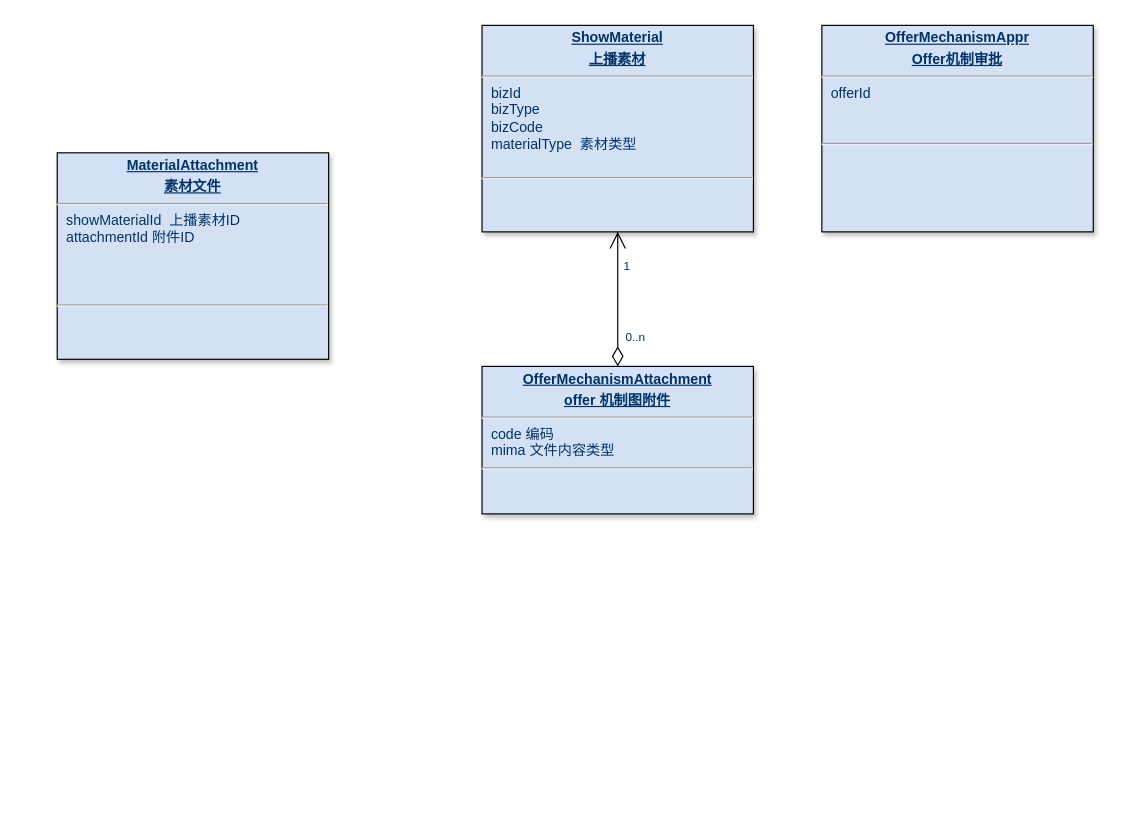
Before: page "Offer素材-设计" (20 of 23) of 美one.drawio in rockywade/draw, a draw.io diagram. Source tidied: cells renumbered, new cells numbered last; positions are measured from the earlier drawing's top-left corner, leaving out a move shared by most shapes. Both pictures are drawn from the tidied source at 118%, with x=0, y=0 at pixel (57, 25).
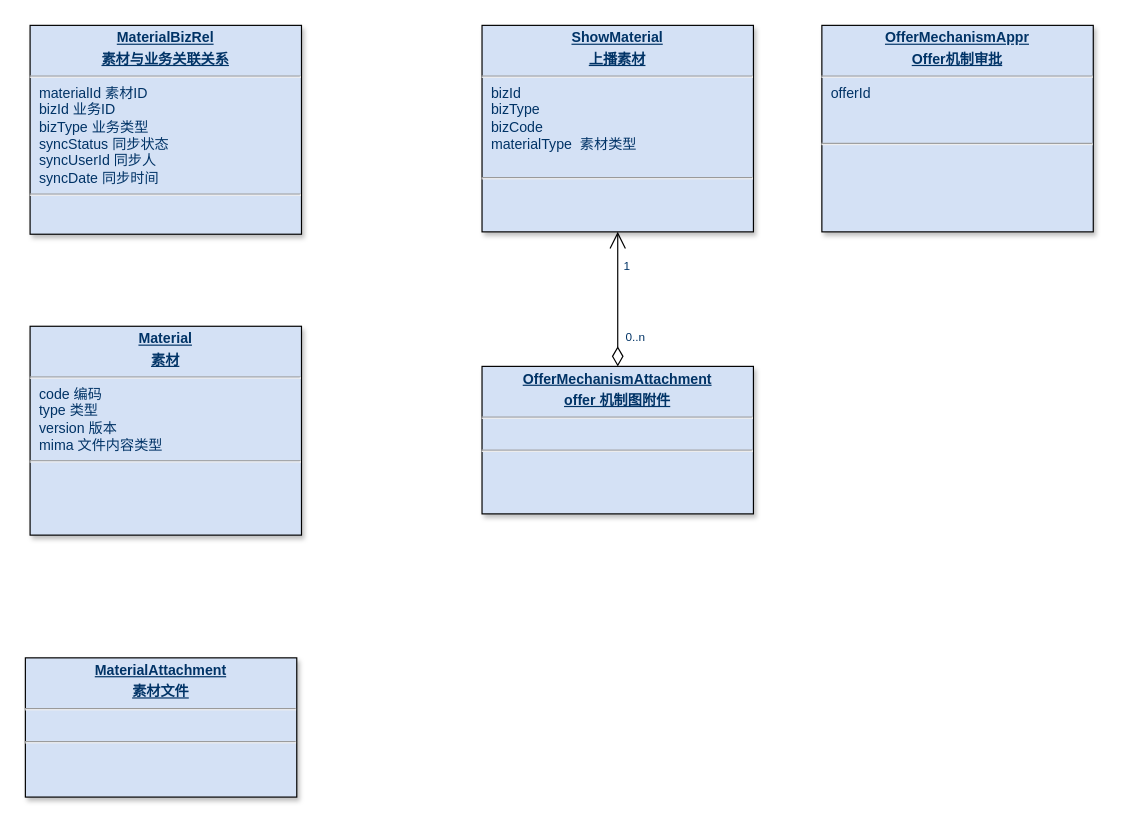
The same page after the edit.

The edit, as a diff of the source:
```diff
@@
 <mxGraphModel>
   <root>
     <mxCell id="0" />
     <mxCell id="1" parent="0" />
     <mxCell id="2" value="&lt;p style=&quot;margin: 4px 0px 0px; text-align: center;&quot;&gt;&lt;span style=&quot;background-color: transparent; text-align: left;&quot;&gt;&lt;b&gt;&lt;u&gt;ShowMaterial&lt;/u&gt;&lt;/b&gt;&lt;/span&gt;&lt;/p&gt;&lt;p style=&quot;margin: 4px 0px 0px; text-align: center;&quot;&gt;&lt;span style=&quot;background-color: transparent; text-align: left;&quot;&gt;&lt;b&gt;&lt;u&gt;上播素材&lt;/u&gt;&lt;/b&gt;&lt;/span&gt;&lt;/p&gt;&lt;hr&gt;&lt;p style=&quot;margin: 0px; margin-left: 8px;&quot;&gt;bizId&lt;/p&gt;&lt;p style=&quot;margin: 0px; margin-left: 8px;&quot;&gt;bizType&lt;/p&gt;&lt;p style=&quot;margin: 0px; margin-left: 8px;&quot;&gt;bizCode&lt;/p&gt;&lt;p style=&quot;margin: 0px; margin-left: 8px;&quot;&gt;materialType&amp;nbsp;&amp;nbsp;素材类型&lt;/p&gt;&lt;p style=&quot;margin: 0px; margin-left: 8px;&quot;&gt;&lt;br&gt;&lt;/p&gt;&lt;hr&gt;&lt;p style=&quot;margin: 0px; margin-left: 8px;&quot;&gt;&lt;br&gt;&lt;/p&gt;&lt;p style=&quot;margin: 0px; margin-left: 8px;&quot;&gt;&lt;br&gt;&lt;/p&gt;" style="verticalAlign=top;align=left;overflow=fill;fontSize=12;fontFamily=Helvetica;html=1;strokeColor=default;shadow=1;fillColor=#D4E1F5;fontColor=#003366;rounded=0;glass=0;imageAspect=1;labelBackgroundColor=none;textShadow=0;direction=east;" parent="1" vertex="1">
       <mxGeometry x="360" width="230" height="175" as="geometry" />
     </mxCell>
-    <mxCell id="3" value="&lt;p style=&quot;margin: 4px 0px 0px; text-align: center;&quot;&gt;&lt;span style=&quot;background-color: transparent; text-align: left;&quot;&gt;&lt;b&gt;&lt;u&gt;OfferMechanismAttachment&lt;/u&gt;&lt;/b&gt;&lt;/span&gt;&lt;/p&gt;&lt;p style=&quot;margin: 4px 0px 0px; text-align: center;&quot;&gt;&lt;span style=&quot;background-color: transparent; text-align: left;&quot;&gt;&lt;b&gt;&lt;u&gt;offer 机制图附件&lt;/u&gt;&lt;/b&gt;&lt;/span&gt;&lt;/p&gt;&lt;hr&gt;&lt;p style=&quot;margin: 0px; margin-left: 8px;&quot;&gt;code 编码&lt;/p&gt;&lt;p style=&quot;margin: 0px; margin-left: 8px;&quot;&gt;mima 文件内容类型&lt;/p&gt;&lt;hr&gt;&lt;p style=&quot;margin: 0px; margin-left: 8px;&quot;&gt;&lt;br&gt;&lt;/p&gt;&lt;p style=&quot;margin: 0px; margin-left: 8px;&quot;&gt;&lt;br&gt;&lt;/p&gt;" style="verticalAlign=top;align=left;overflow=fill;fontSize=12;fontFamily=Helvetica;html=1;strokeColor=default;shadow=1;fillColor=#D4E1F5;fontColor=#003366;rounded=0;glass=0;imageAspect=1;labelBackgroundColor=none;textShadow=0;direction=east;" parent="1" vertex="1">
+    <mxCell id="3" value="&lt;p style=&quot;margin: 4px 0px 0px; text-align: center;&quot;&gt;&lt;span style=&quot;background-color: transparent; text-align: left;&quot;&gt;&lt;b&gt;&lt;u&gt;OfferMechanismAttachment&lt;/u&gt;&lt;/b&gt;&lt;/span&gt;&lt;/p&gt;&lt;p style=&quot;margin: 4px 0px 0px; text-align: center;&quot;&gt;&lt;span style=&quot;background-color: transparent; text-align: left;&quot;&gt;&lt;b&gt;&lt;u&gt;offer 机制图附件&lt;/u&gt;&lt;/b&gt;&lt;/span&gt;&lt;/p&gt;&lt;hr&gt;&lt;p style=&quot;margin: 0px; margin-left: 8px;&quot;&gt;&lt;br&gt;&lt;/p&gt;&lt;hr&gt;&lt;p style=&quot;margin: 0px; margin-left: 8px;&quot;&gt;&lt;br&gt;&lt;/p&gt;&lt;p style=&quot;margin: 0px; margin-left: 8px;&quot;&gt;&lt;br&gt;&lt;/p&gt;" style="verticalAlign=top;align=left;overflow=fill;fontSize=12;fontFamily=Helvetica;html=1;strokeColor=default;shadow=1;fillColor=#D4E1F5;fontColor=#003366;rounded=0;glass=0;imageAspect=1;labelBackgroundColor=none;textShadow=0;direction=east;" parent="1" vertex="1">
       <mxGeometry x="360" y="289" width="230" height="125" as="geometry" />
     </mxCell>
     <mxCell id="4" style="endArrow=open;endSize=12;startArrow=diamondThin;startSize=14;startFill=0;edgeStyle=orthogonalEdgeStyle;exitX=0.5;exitY=0;exitDx=0;exitDy=0;" parent="1" edge="1" source="3" target="2">
       <mxGeometry x="-377.9" y="803.2" as="geometry" />
     </mxCell>
     <mxCell id="5" value="0..n" style="align=left;verticalAlign=top;labelBackgroundColor=#ffffff;fontSize=10;strokeColor=#003366;shadow=1;fillColor=#D4E1F5;fontColor=#003366;" parent="4" vertex="1">
       <mxGeometry x="-1" relative="1" as="geometry">
         <mxPoint x="5" y="-37" as="offset" />
       </mxGeometry>
     </mxCell>
     <mxCell id="6" value="1" style="align=right;verticalAlign=top;labelBackgroundColor=#ffffff;fontSize=10;strokeColor=#003366;shadow=1;fillColor=#D4E1F5;fontColor=#003366;" parent="4" vertex="1">
       <mxGeometry x="1" relative="1" as="geometry">
         <mxPoint x="12" y="17" as="offset" />
       </mxGeometry>
     </mxCell>
     <mxCell id="7" value="&lt;p style=&quot;margin: 4px 0px 0px; text-align: center;&quot;&gt;&lt;span style=&quot;background-color: transparent; text-align: left;&quot;&gt;&lt;b&gt;&lt;u&gt;OfferMechanismAppr&lt;/u&gt;&lt;/b&gt;&lt;/span&gt;&lt;/p&gt;&lt;p style=&quot;margin: 4px 0px 0px; text-align: center;&quot;&gt;&lt;span style=&quot;background-color: transparent; text-align: left;&quot;&gt;&lt;b&gt;&lt;u&gt;Offer机制审批&lt;/u&gt;&lt;/b&gt;&lt;/span&gt;&lt;/p&gt;&lt;hr&gt;&lt;p style=&quot;margin: 0px; margin-left: 8px;&quot;&gt;offerId&lt;/p&gt;&lt;p style=&quot;margin: 0px; margin-left: 8px;&quot;&gt;&lt;br&gt;&lt;/p&gt;&lt;p style=&quot;margin: 0px; margin-left: 8px;&quot;&gt;&lt;br&gt;&lt;/p&gt;&lt;hr&gt;&lt;p style=&quot;margin: 0px; margin-left: 8px;&quot;&gt;&lt;br&gt;&lt;/p&gt;&lt;p style=&quot;margin: 0px; margin-left: 8px;&quot;&gt;&lt;br&gt;&lt;/p&gt;" style="verticalAlign=top;align=left;overflow=fill;fontSize=12;fontFamily=Helvetica;html=1;strokeColor=default;shadow=1;fillColor=#D4E1F5;fontColor=#003366;rounded=0;glass=0;imageAspect=1;labelBackgroundColor=none;textShadow=0;direction=east;" parent="1" vertex="1">
       <mxGeometry x="648" width="230" height="175" as="geometry" />
     </mxCell>
-    <mxCell id="8" value="&lt;p style=&quot;margin: 4px 0px 0px; text-align: center;&quot;&gt;&lt;span style=&quot;background-color: transparent; text-align: left;&quot;&gt;&lt;b&gt;&lt;u&gt;MaterialAttachment&lt;/u&gt;&lt;/b&gt;&lt;/span&gt;&lt;/p&gt;&lt;p style=&quot;margin: 4px 0px 0px; text-align: center;&quot;&gt;&lt;span style=&quot;background-color: transparent; text-align: left;&quot;&gt;&lt;b&gt;&lt;u&gt;素材文件&lt;/u&gt;&lt;/b&gt;&lt;/span&gt;&lt;/p&gt;&lt;hr&gt;&lt;p style=&quot;margin: 0px; margin-left: 8px;&quot;&gt;showMaterialId&amp;nbsp; 上播素材ID&lt;/p&gt;&lt;p style=&quot;margin: 0px; margin-left: 8px;&quot;&gt;attachmentId 附件ID&lt;/p&gt;&lt;p style=&quot;margin: 0px; margin-left: 8px;&quot;&gt;&lt;br&gt;&lt;/p&gt;&lt;p style=&quot;margin: 0px; margin-left: 8px;&quot;&gt;&lt;br&gt;&lt;/p&gt;&lt;p style=&quot;margin: 0px; margin-left: 8px;&quot;&gt;&lt;br&gt;&lt;/p&gt;&lt;hr&gt;&lt;p style=&quot;margin: 0px; margin-left: 8px;&quot;&gt;&lt;br&gt;&lt;/p&gt;&lt;p style=&quot;margin: 0px; margin-left: 8px;&quot;&gt;&lt;br&gt;&lt;/p&gt;" style="verticalAlign=top;align=left;overflow=fill;fontSize=12;fontFamily=Helvetica;html=1;strokeColor=default;shadow=1;fillColor=#D4E1F5;fontColor=#003366;rounded=0;glass=0;imageAspect=1;labelBackgroundColor=none;textShadow=0;direction=east;" parent="1" vertex="1">
-      <mxGeometry y="108" width="230" height="175" as="geometry" />
+    <mxCell id="8" value="&lt;p style=&quot;margin: 4px 0px 0px; text-align: center;&quot;&gt;&lt;span style=&quot;background-color: transparent; text-align: left;&quot;&gt;&lt;b&gt;&lt;u&gt;Material&lt;/u&gt;&lt;/b&gt;&lt;/span&gt;&lt;/p&gt;&lt;p style=&quot;margin: 4px 0px 0px; text-align: center;&quot;&gt;&lt;span style=&quot;background-color: transparent; text-align: left;&quot;&gt;&lt;b&gt;&lt;u&gt;素材&lt;/u&gt;&lt;/b&gt;&lt;/span&gt;&lt;/p&gt;&lt;hr&gt;&lt;p style=&quot;margin: 0px 0px 0px 8px;&quot;&gt;code 编码&lt;/p&gt;&lt;p style=&quot;margin: 0px 0px 0px 8px;&quot;&gt;type 类型&lt;/p&gt;&lt;p style=&quot;margin: 0px 0px 0px 8px;&quot;&gt;version 版本&lt;/p&gt;&lt;p style=&quot;margin: 0px 0px 0px 8px;&quot;&gt;mima 文件内容类型&lt;/p&gt;&lt;hr&gt;&lt;p style=&quot;margin: 0px; margin-left: 8px;&quot;&gt;&lt;br&gt;&lt;/p&gt;&lt;p style=&quot;margin: 0px; margin-left: 8px;&quot;&gt;&lt;br&gt;&lt;/p&gt;" style="verticalAlign=top;align=left;overflow=fill;fontSize=12;fontFamily=Helvetica;html=1;strokeColor=default;shadow=1;fillColor=#D4E1F5;fontColor=#003366;rounded=0;glass=0;imageAspect=1;labelBackgroundColor=none;textShadow=0;direction=east;" parent="1" vertex="1">
+      <mxGeometry x="-23" y="255" width="230" height="177" as="geometry" />
     </mxCell>
+    <mxCell id="9" value="&lt;p style=&quot;margin: 4px 0px 0px; text-align: center;&quot;&gt;&lt;span style=&quot;background-color: transparent; text-align: left;&quot;&gt;&lt;b&gt;&lt;u&gt;MaterialAttachment&lt;/u&gt;&lt;/b&gt;&lt;/span&gt;&lt;/p&gt;&lt;p style=&quot;margin: 4px 0px 0px; text-align: center;&quot;&gt;&lt;span style=&quot;background-color: transparent; text-align: left;&quot;&gt;&lt;b&gt;&lt;u&gt;素材文件&lt;/u&gt;&lt;/b&gt;&lt;/span&gt;&lt;/p&gt;&lt;hr&gt;&lt;p style=&quot;margin: 0px 0px 0px 8px;&quot;&gt;&lt;br&gt;&lt;/p&gt;&lt;hr&gt;&lt;p style=&quot;margin: 0px; margin-left: 8px;&quot;&gt;&lt;br&gt;&lt;/p&gt;&lt;p style=&quot;margin: 0px; margin-left: 8px;&quot;&gt;&lt;br&gt;&lt;/p&gt;" style="verticalAlign=top;align=left;overflow=fill;fontSize=12;fontFamily=Helvetica;html=1;strokeColor=default;shadow=1;fillColor=#D4E1F5;fontColor=#003366;rounded=0;glass=0;imageAspect=1;labelBackgroundColor=none;textShadow=0;direction=east;" parent="1" vertex="1">
+      <mxGeometry x="-27" y="536" width="230" height="118" as="geometry" />
+    </mxCell>
+    <mxCell id="10" value="&lt;p style=&quot;margin: 4px 0px 0px; text-align: center;&quot;&gt;&lt;span style=&quot;background-color: transparent; text-align: left;&quot;&gt;&lt;b&gt;&lt;u&gt;MaterialBizRel&lt;/u&gt;&lt;/b&gt;&lt;/span&gt;&lt;/p&gt;&lt;p style=&quot;margin: 4px 0px 0px; text-align: center;&quot;&gt;&lt;span style=&quot;background-color: transparent; text-align: left;&quot;&gt;&lt;b&gt;&lt;u&gt;素材与业务关联关系&lt;/u&gt;&lt;/b&gt;&lt;/span&gt;&lt;/p&gt;&lt;hr&gt;&lt;p style=&quot;margin: 0px 0px 0px 8px;&quot;&gt;materialId 素材ID&lt;/p&gt;&lt;p style=&quot;margin: 0px 0px 0px 8px;&quot;&gt;bizId 业务ID&lt;/p&gt;&lt;p style=&quot;margin: 0px 0px 0px 8px;&quot;&gt;bizType 业务类型&lt;/p&gt;&lt;p style=&quot;margin: 0px 0px 0px 8px;&quot;&gt;syncStatus 同步状态&lt;/p&gt;&lt;p style=&quot;margin: 0px 0px 0px 8px;&quot;&gt;syncUserId 同步人&lt;/p&gt;&lt;p style=&quot;margin: 0px 0px 0px 8px;&quot;&gt;syncDate 同步时间&lt;/p&gt;&lt;hr&gt;&lt;p style=&quot;margin: 0px; margin-left: 8px;&quot;&gt;&lt;br&gt;&lt;/p&gt;&lt;p style=&quot;margin: 0px; margin-left: 8px;&quot;&gt;&lt;br&gt;&lt;/p&gt;" style="verticalAlign=top;align=left;overflow=fill;fontSize=12;fontFamily=Helvetica;html=1;strokeColor=default;shadow=1;fillColor=#D4E1F5;fontColor=#003366;rounded=0;glass=0;imageAspect=1;labelBackgroundColor=none;textShadow=0;direction=east;" parent="1" vertex="1">
+      <mxGeometry x="-23" width="230" height="177" as="geometry" />
+    </mxCell>
   </root>
 </mxGraphModel>
```
